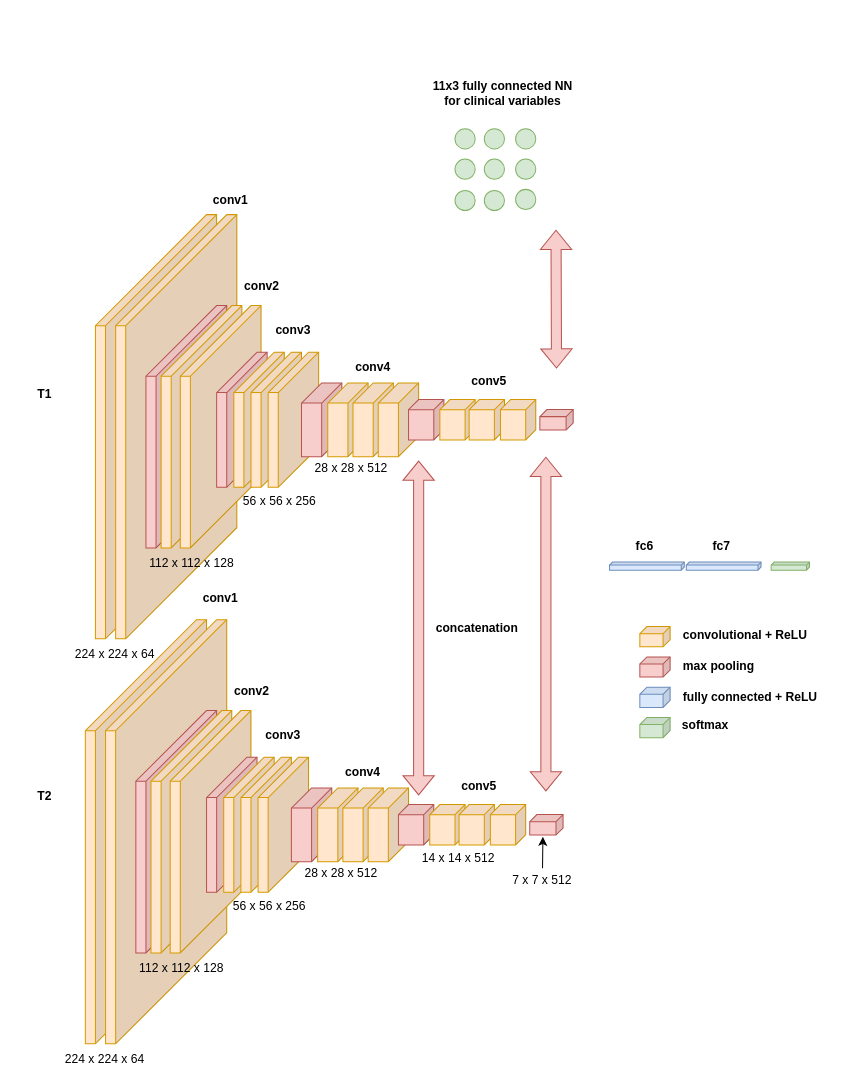
This is vgg16_xml.drawio from AnthonyBozzo/Neural-Network-Architecture-Diagrams, a draw.io file, before an edit. Source tidied: cells renumbered, new cells numbered last; positions are measured from the earlier drawing's top-left corner, leaving out a move shared by most shapes. Both pictures are drawn from the tidied source at 101%, with x=0, y=0 at pixel (24, 78).
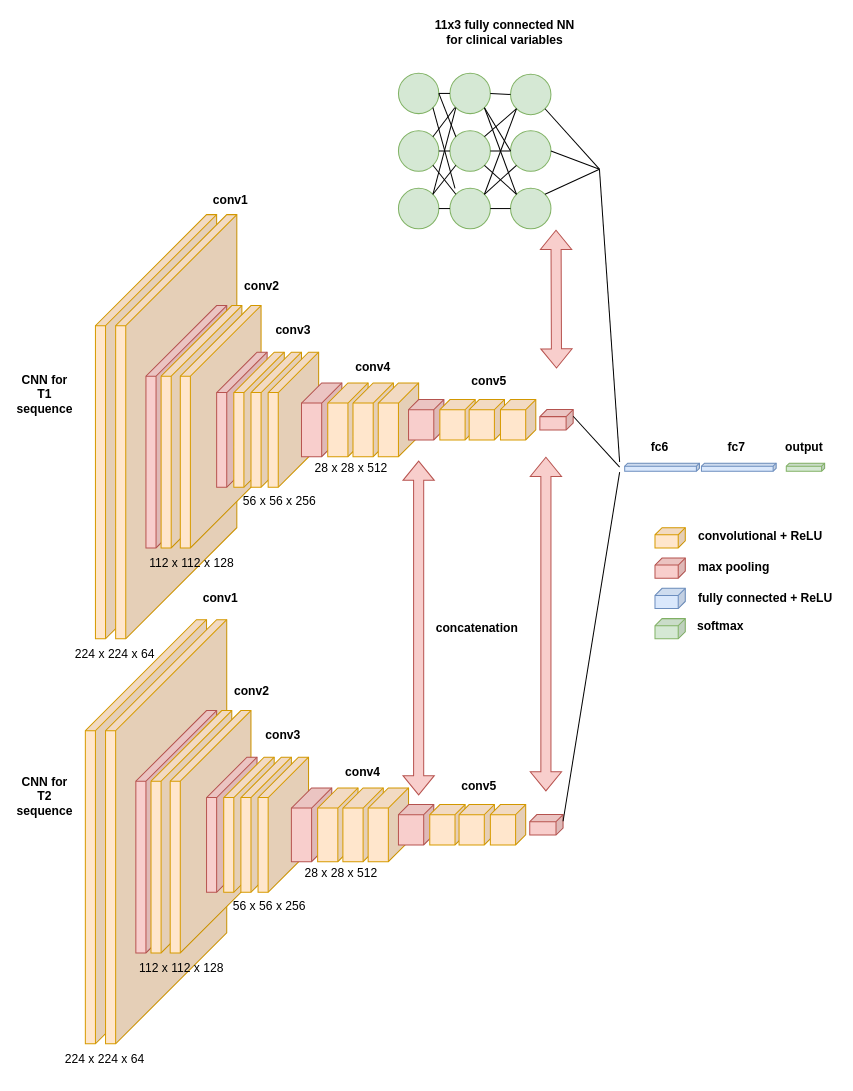
After the change.

Commit message:
multi input cnn 20230124.drawio

The change refers to these unchanged cells:
```xml
<mxCell id="17" style="shape=cube;whiteSpace=wrap;html=1;boundedLbl=1;backgroundOutline=1;darkOpacity=0.05;darkOpacity2=0.1;size=7;direction=east;flipH=1;fillColor=#f8cecc;strokeColor=#b85450;" parent="1" vertex="1">
  <mxGeometry x="500" y="729" width="33" height="20.3" as="geometry" />
</mxCell>
<mxCell id="60" style="shape=cube;whiteSpace=wrap;html=1;boundedLbl=1;backgroundOutline=1;darkOpacity=0.05;darkOpacity2=0.1;size=7;direction=east;flipH=1;fillColor=#f8cecc;strokeColor=#b85450;" parent="1" vertex="1">
  <mxGeometry x="510" y="328" width="33" height="20.3" as="geometry" />
</mxCell>
```

The edit, as a diff of the source:
```diff
@@
     <mxCell id="18" style="shape=cube;whiteSpace=wrap;html=1;boundedLbl=1;backgroundOutline=1;darkOpacity=0.05;darkOpacity2=0.1;size=3;direction=east;flipH=1;fillColor=#dae8fc;strokeColor=#6c8ebf;" parent="1" vertex="1">
-      <mxGeometry x="579" y="479" width="74" height="8" as="geometry" />
+      <mxGeometry x="594" y="381.1" width="74" height="8" as="geometry" />
     </mxCell>
     <mxCell id="19" style="shape=cube;whiteSpace=wrap;html=1;boundedLbl=1;backgroundOutline=1;darkOpacity=0.05;darkOpacity2=0.1;size=3;direction=east;flipH=1;fillColor=#dae8fc;strokeColor=#6c8ebf;" parent="1" vertex="1">
-      <mxGeometry x="655" y="479" width="74" height="8" as="geometry" />
+      <mxGeometry x="670" y="381.1" width="74" height="8" as="geometry" />
     </mxCell>
     <mxCell id="20" style="shape=cube;whiteSpace=wrap;html=1;boundedLbl=1;backgroundOutline=1;darkOpacity=0.05;darkOpacity2=0.1;size=7;direction=east;flipH=1;fillColor=#ffe6cc;strokeColor=#d79b00;" parent="1" vertex="1">
-      <mxGeometry x="609" y="542.9" width="30" height="20" as="geometry" />
+      <mxGeometry x="624" y="445" width="30" height="20" as="geometry" />
     </mxCell>
     <mxCell id="21" style="shape=cube;whiteSpace=wrap;html=1;boundedLbl=1;backgroundOutline=1;darkOpacity=0.05;darkOpacity2=0.1;size=7;direction=east;flipH=1;fillColor=#f8cecc;strokeColor=#b85450;" parent="1" vertex="1">
-      <mxGeometry x="609" y="572.9" width="30" height="20" as="geometry" />
+      <mxGeometry x="624" y="475" width="30" height="20" as="geometry" />
     </mxCell>
     <mxCell id="22" style="shape=cube;whiteSpace=wrap;html=1;boundedLbl=1;backgroundOutline=1;darkOpacity=0.05;darkOpacity2=0.1;size=7;direction=east;flipH=1;fillColor=#dae8fc;strokeColor=#6c8ebf;" parent="1" vertex="1">
-      <mxGeometry x="609" y="602.9" width="30" height="20" as="geometry" />
+      <mxGeometry x="624" y="505" width="30" height="20" as="geometry" />
     </mxCell>
     <mxCell id="23" style="shape=cube;whiteSpace=wrap;html=1;boundedLbl=1;backgroundOutline=1;darkOpacity=0.05;darkOpacity2=0.1;size=3;direction=east;flipH=1;fillColor=#d5e8d4;strokeColor=#82b366;" parent="1" vertex="1">
-      <mxGeometry x="739" y="479" width="38" height="8" as="geometry" />
+      <mxGeometry x="754" y="381.1" width="38" height="8" as="geometry" />
     </mxCell>
     <mxCell id="24" style="shape=cube;whiteSpace=wrap;html=1;boundedLbl=1;backgroundOutline=1;darkOpacity=0.05;darkOpacity2=0.1;size=7;direction=east;flipH=1;fillColor=#d5e8d4;strokeColor=#82b366;" parent="1" vertex="1">
-      <mxGeometry x="609" y="632.9" width="30" height="20" as="geometry" />
+      <mxGeometry x="624" y="535" width="30" height="20" as="geometry" />
     </mxCell>
@@
     <mxCell id="30" value="&lt;b&gt;fc6&lt;/b&gt;" style="text;html=1;strokeColor=none;fillColor=none;align=center;verticalAlign=middle;whiteSpace=wrap;rounded=0;" parent="1" vertex="1">
-      <mxGeometry x="594" y="449" width="40" height="30" as="geometry" />
+      <mxGeometry x="609" y="351.1" width="40" height="30" as="geometry" />
     </mxCell>
     <mxCell id="31" value="&lt;b&gt;fc7&lt;/b&gt;" style="text;html=1;strokeColor=none;fillColor=none;align=center;verticalAlign=middle;whiteSpace=wrap;rounded=0;" parent="1" vertex="1">
-      <mxGeometry x="670" y="449" width="40" height="30" as="geometry" />
+      <mxGeometry x="685" y="351.1" width="40" height="30" as="geometry" />
     </mxCell>
@@
-    <mxCell id="36" value="14 x 14 x 512" style="text;html=1;strokeColor=none;fillColor=none;align=center;verticalAlign=middle;whiteSpace=wrap;rounded=0;" parent="1" vertex="1">
-      <mxGeometry x="380" y="757.1" width="99" height="30" as="geometry" />
-    </mxCell>
@@
-    <mxCell id="39" value="7 x 7 x 512" style="text;html=1;strokeColor=none;fillColor=none;align=center;verticalAlign=middle;whiteSpace=wrap;rounded=0;" parent="1" vertex="1">
-      <mxGeometry x="463" y="782.1" width="99" height="23.9" as="geometry" />
-    </mxCell>
-    <mxCell id="40" style="endArrow=classic;html=1;entryX=0.605;entryY=1.084;entryDx=0;entryDy=0;entryPerimeter=0;" parent="1" edge="1" source="39" target="17">
-      <mxGeometry relative="1" as="geometry" />
-    </mxCell>
     <mxCell id="41" value="convolutional + ReLU" style="text;html=1;strokeColor=none;fillColor=none;align=left;verticalAlign=middle;whiteSpace=wrap;rounded=0;fontStyle=1;" parent="1" vertex="1">
-      <mxGeometry x="650" y="540" width="138" height="23.9" as="geometry" />
+      <mxGeometry x="665" y="442.1" width="138" height="23.9" as="geometry" />
     </mxCell>
     <mxCell id="42" value="max pooling" style="text;html=1;strokeColor=none;fillColor=none;align=left;verticalAlign=middle;whiteSpace=wrap;rounded=0;fontStyle=1;" parent="1" vertex="1">
-      <mxGeometry x="650" y="570" width="138" height="23.9" as="geometry" />
+      <mxGeometry x="665" y="472.1" width="138" height="23.9" as="geometry" />
     </mxCell>
     <mxCell id="43" value="fully connected + ReLU" style="text;html=1;strokeColor=none;fillColor=none;align=left;verticalAlign=middle;whiteSpace=wrap;rounded=0;fontStyle=1;" parent="1" vertex="1">
-      <mxGeometry x="650" y="601.1" width="138" height="23.9" as="geometry" />
+      <mxGeometry x="665" y="503.1" width="138" height="23.9" as="geometry" />
     </mxCell>
     <mxCell id="44" value="softmax" style="text;html=1;strokeColor=none;fillColor=none;align=left;verticalAlign=middle;whiteSpace=wrap;rounded=0;fontStyle=1;" parent="1" vertex="1">
-      <mxGeometry x="649" y="629.1" width="138" height="23.9" as="geometry" />
+      <mxGeometry x="664" y="531.1" width="138" height="23.9" as="geometry" />
     </mxCell>
@@
-    <mxCell id="72" style="ellipse;whiteSpace=wrap;html=1;fillColor=#d5e8d4;strokeColor=#82b366;" parent="1" vertex="1">
-      <mxGeometry x="426" y="50" width="20" height="20" as="geometry" />
-    </mxCell>
-    <mxCell id="73" style="ellipse;whiteSpace=wrap;html=1;fillColor=#d5e8d4;strokeColor=#82b366;" parent="1" vertex="1">
-      <mxGeometry x="426" y="80" width="20" height="20" as="geometry" />
-    </mxCell>
-    <mxCell id="74" style="ellipse;whiteSpace=wrap;html=1;fillColor=#d5e8d4;strokeColor=#82b366;" parent="1" vertex="1">
-      <mxGeometry x="426" y="111" width="20" height="20" as="geometry" />
-    </mxCell>
-    <mxCell id="75" style="ellipse;whiteSpace=wrap;html=1;fillColor=#d5e8d4;strokeColor=#82b366;" parent="1" vertex="1">
-      <mxGeometry x="455" y="50" width="20" height="20" as="geometry" />
-    </mxCell>
-    <mxCell id="76" style="ellipse;whiteSpace=wrap;html=1;fillColor=#d5e8d4;strokeColor=#82b366;" parent="1" vertex="1">
-      <mxGeometry x="455" y="80" width="20" height="20" as="geometry" />
-    </mxCell>
-    <mxCell id="77" style="ellipse;whiteSpace=wrap;html=1;fillColor=#d5e8d4;strokeColor=#82b366;" parent="1" vertex="1">
-      <mxGeometry x="455" y="111" width="20" height="20" as="geometry" />
-    </mxCell>
-    <mxCell id="78" style="ellipse;whiteSpace=wrap;html=1;fillColor=#d5e8d4;strokeColor=#82b366;" parent="1" vertex="1">
-      <mxGeometry x="486" y="110" width="20" height="20" as="geometry" />
-    </mxCell>
-    <mxCell id="79" style="ellipse;whiteSpace=wrap;html=1;fillColor=#d5e8d4;strokeColor=#82b366;" parent="1" vertex="1">
-      <mxGeometry x="486" y="80" width="20" height="20" as="geometry" />
-    </mxCell>
-    <mxCell id="80" style="ellipse;whiteSpace=wrap;html=1;fillColor=#d5e8d4;strokeColor=#82b366;" parent="1" vertex="1">
-      <mxGeometry x="486" y="50" width="20" height="20" as="geometry" />
-    </mxCell>
     <mxCell id="81" value="&lt;b&gt;11x3 fully connected NN for clinical variables&lt;/b&gt;" style="text;html=1;strokeColor=none;fillColor=none;align=center;verticalAlign=middle;whiteSpace=wrap;rounded=0;" parent="1" vertex="1">
-      <mxGeometry x="399" width="149" height="30" as="geometry" />
+      <mxGeometry x="401" y="-60" width="149" height="30" as="geometry" />
     </mxCell>
@@
-    <mxCell id="86" value="&lt;b&gt;T1&lt;/b&gt;" style="text;html=1;strokeColor=none;fillColor=none;align=center;verticalAlign=middle;whiteSpace=wrap;rounded=0;" parent="1" vertex="1">
+    <mxCell id="86" value="&lt;b&gt;CNN for T1&lt;br&gt;sequence&lt;br&gt;&lt;/b&gt;" style="text;html=1;strokeColor=none;fillColor=none;align=center;verticalAlign=middle;whiteSpace=wrap;rounded=0;" parent="1" vertex="1">
       <mxGeometry y="298" width="40" height="30" as="geometry" />
     </mxCell>
-    <mxCell id="87" value="&lt;b&gt;T2&lt;/b&gt;" style="text;html=1;strokeColor=none;fillColor=none;align=center;verticalAlign=middle;whiteSpace=wrap;rounded=0;" parent="1" vertex="1">
+    <mxCell id="87" value="&lt;b&gt;CNN for T2&lt;br&gt;sequence&lt;br&gt;&lt;/b&gt;" style="text;html=1;strokeColor=none;fillColor=none;align=center;verticalAlign=middle;whiteSpace=wrap;rounded=0;" parent="1" vertex="1">
       <mxGeometry y="696.1" width="40" height="30" as="geometry" />
     </mxCell>
+    <mxCell id="88" style="ellipse;whiteSpace=wrap;html=1;strokeColor=#82b366;fillColor=#d5e8d4;" parent="1" vertex="1">
+      <mxGeometry x="421" y="-5" width="40" height="40" as="geometry" />
+    </mxCell>
+    <mxCell id="89" style="ellipse;whiteSpace=wrap;html=1;strokeColor=#82b366;fillColor=#d5e8d4;" parent="1" vertex="1">
+      <mxGeometry x="421" y="52" width="40" height="40" as="geometry" />
+    </mxCell>
+    <mxCell id="90" style="ellipse;whiteSpace=wrap;html=1;strokeColor=#82b366;fillColor=#d5e8d4;" parent="1" vertex="1">
+      <mxGeometry x="421" y="109" width="40" height="40" as="geometry" />
+    </mxCell>
+    <mxCell id="91" style="ellipse;whiteSpace=wrap;html=1;strokeColor=#82b366;fillColor=#d5e8d4;" parent="1" vertex="1">
+      <mxGeometry x="481" y="-4" width="40" height="40" as="geometry" />
+    </mxCell>
+    <mxCell id="92" style="ellipse;whiteSpace=wrap;html=1;strokeColor=#82b366;fillColor=#d5e8d4;" parent="1" vertex="1">
+      <mxGeometry x="481" y="52" width="40" height="40" as="geometry" />
+    </mxCell>
+    <mxCell id="93" style="ellipse;whiteSpace=wrap;html=1;strokeColor=#82b366;fillColor=#d5e8d4;" parent="1" vertex="1">
+      <mxGeometry x="481" y="109" width="40" height="40" as="geometry" />
+    </mxCell>
+    <mxCell id="94" style="endArrow=none;html=1;rounded=0;entryX=0;entryY=0.5;entryDx=0;entryDy=0;exitX=1;exitY=1;exitDx=0;exitDy=0;" parent="1" edge="1" source="88" target="92">
+      <mxGeometry relative="1" as="geometry" />
+    </mxCell>
+    <mxCell id="95" style="endArrow=none;html=1;rounded=0;entryX=0;entryY=0;entryDx=0;entryDy=0;exitX=1;exitY=1;exitDx=0;exitDy=0;" parent="1" edge="1" source="88" target="93">
+      <mxGeometry relative="1" as="geometry" />
+    </mxCell>
+    <mxCell id="96" style="endArrow=none;html=1;rounded=0;entryX=0;entryY=0.5;entryDx=0;entryDy=0;exitX=1;exitY=0.5;exitDx=0;exitDy=0;" parent="1" edge="1" source="88" target="91">
+      <mxGeometry relative="1" as="geometry" />
+    </mxCell>
+    <mxCell id="97" style="endArrow=none;html=1;rounded=0;entryX=0;entryY=0.5;entryDx=0;entryDy=0;exitX=1;exitY=0.5;exitDx=0;exitDy=0;" parent="1" edge="1" source="89" target="92">
+      <mxGeometry relative="1" as="geometry" />
+    </mxCell>
+    <mxCell id="98" style="endArrow=none;html=1;rounded=0;entryX=0;entryY=0;entryDx=0;entryDy=0;exitX=1;exitY=1;exitDx=0;exitDy=0;" parent="1" edge="1" source="89" target="93">
+      <mxGeometry relative="1" as="geometry" />
+    </mxCell>
+    <mxCell id="99" style="endArrow=none;html=1;rounded=0;exitX=1;exitY=0.5;exitDx=0;exitDy=0;entryX=0;entryY=0.5;entryDx=0;entryDy=0;" parent="1" edge="1" source="90" target="93">
+      <mxGeometry relative="1" as="geometry" />
+    </mxCell>
+    <mxCell id="100" style="endArrow=none;html=1;rounded=0;exitX=1;exitY=0;exitDx=0;exitDy=0;entryX=0;entryY=1;entryDx=0;entryDy=0;" parent="1" edge="1" source="90" target="92">
+      <mxGeometry relative="1" as="geometry" />
+    </mxCell>
+    <mxCell id="101" style="endArrow=none;html=1;rounded=0;exitX=1;exitY=0;exitDx=0;exitDy=0;entryX=0;entryY=1;entryDx=0;entryDy=0;" parent="1" edge="1" source="90" target="91">
+      <mxGeometry relative="1" as="geometry" />
+    </mxCell>
+    <mxCell id="102" style="endArrow=none;html=1;rounded=0;exitX=1;exitY=0;exitDx=0;exitDy=0;entryX=0;entryY=1;entryDx=0;entryDy=0;" parent="1" edge="1" source="89" target="91">
+      <mxGeometry relative="1" as="geometry" />
+    </mxCell>
+    <mxCell id="103" style="endArrow=none;html=1;rounded=0;entryX=1;entryY=0.5;entryDx=0;entryDy=0;" parent="1" edge="1" target="92">
+      <mxGeometry relative="1" as="geometry">
+        <mxPoint x="569" y="90" as="sourcePoint" />
+      </mxGeometry>
+    </mxCell>
+    <mxCell id="104" style="endArrow=none;html=1;rounded=0;entryX=1;entryY=1;entryDx=0;entryDy=0;" parent="1" edge="1" target="91">
+      <mxGeometry relative="1" as="geometry">
+        <mxPoint x="569" y="90" as="sourcePoint" />
+      </mxGeometry>
+    </mxCell>
+    <mxCell id="105" value="&lt;b&gt;output&lt;/b&gt;" style="text;html=1;strokeColor=none;fillColor=none;align=center;verticalAlign=middle;whiteSpace=wrap;rounded=0;" parent="1" vertex="1">
+      <mxGeometry x="752" y="351.1" width="40" height="30" as="geometry" />
+    </mxCell>
+    <mxCell id="106" style="ellipse;whiteSpace=wrap;html=1;strokeColor=#82b366;fillColor=#d5e8d4;" parent="1" vertex="1">
+      <mxGeometry x="370" y="-5" width="40" height="40" as="geometry" />
+    </mxCell>
+    <mxCell id="107" style="ellipse;whiteSpace=wrap;html=1;strokeColor=#82b366;fillColor=#d5e8d4;" parent="1" vertex="1">
+      <mxGeometry x="370" y="52" width="40" height="40" as="geometry" />
+    </mxCell>
+    <mxCell id="108" style="ellipse;whiteSpace=wrap;html=1;strokeColor=#82b366;fillColor=#d5e8d4;" parent="1" vertex="1">
+      <mxGeometry x="370" y="109" width="40" height="40" as="geometry" />
+    </mxCell>
+    <mxCell id="109" style="endArrow=none;html=1;rounded=0;entryX=0;entryY=0.5;entryDx=0;entryDy=0;exitX=1;exitY=0.5;exitDx=0;exitDy=0;" parent="1" edge="1" source="106" target="88">
+      <mxGeometry relative="1" as="geometry" />
+    </mxCell>
+    <mxCell id="110" style="endArrow=none;html=1;rounded=0;entryX=0;entryY=0.5;entryDx=0;entryDy=0;exitX=1;exitY=0.5;exitDx=0;exitDy=0;" parent="1" edge="1" source="107" target="89">
+      <mxGeometry relative="1" as="geometry" />
+    </mxCell>
+    <mxCell id="111" style="endArrow=none;html=1;rounded=0;entryX=0;entryY=0;entryDx=0;entryDy=0;exitX=1;exitY=0.5;exitDx=0;exitDy=0;" parent="1" edge="1" source="106" target="89">
+      <mxGeometry relative="1" as="geometry" />
+    </mxCell>
+    <mxCell id="112" style="endArrow=none;html=1;rounded=0;exitX=1;exitY=0;exitDx=0;exitDy=0;" parent="1" edge="1" source="107">
+      <mxGeometry relative="1" as="geometry">
+        <mxPoint x="426" y="29" as="targetPoint" />
+      </mxGeometry>
+    </mxCell>
+    <mxCell id="113" style="endArrow=none;html=1;rounded=0;entryX=0;entryY=0.5;entryDx=0;entryDy=0;exitX=1;exitY=0.5;exitDx=0;exitDy=0;" parent="1" edge="1" source="108" target="90">
+      <mxGeometry relative="1" as="geometry" />
+    </mxCell>
+    <mxCell id="114" style="endArrow=none;html=1;rounded=0;exitX=1;exitY=1;exitDx=0;exitDy=0;entryX=0;entryY=0;entryDx=0;entryDy=0;" parent="1" edge="1" source="107" target="90">
+      <mxGeometry relative="1" as="geometry" />
+    </mxCell>
+    <mxCell id="115" style="endArrow=none;html=1;rounded=0;entryX=0;entryY=1;entryDx=0;entryDy=0;exitX=1;exitY=0;exitDx=0;exitDy=0;" parent="1" edge="1" source="108" target="89">
+      <mxGeometry relative="1" as="geometry" />
+    </mxCell>
+    <mxCell id="116" style="endArrow=none;html=1;rounded=0;exitX=1;exitY=1;exitDx=0;exitDy=0;" parent="1" edge="1" source="106">
+      <mxGeometry relative="1" as="geometry">
+        <mxPoint x="426" y="109" as="targetPoint" />
+      </mxGeometry>
+    </mxCell>
+    <mxCell id="117" style="endArrow=none;html=1;rounded=0;entryX=0;entryY=1;entryDx=0;entryDy=0;exitX=1;exitY=0;exitDx=0;exitDy=0;" parent="1" edge="1" source="108" target="88">
+      <mxGeometry relative="1" as="geometry" />
+    </mxCell>
+    <mxCell id="118" style="endArrow=none;html=1;rounded=0;exitX=1;exitY=0;exitDx=0;exitDy=0;" parent="1" edge="1" source="93">
+      <mxGeometry relative="1" as="geometry">
+        <mxPoint x="569" y="90" as="targetPoint" />
+      </mxGeometry>
+    </mxCell>
+    <mxCell id="119" style="endArrow=none;html=1;rounded=0;" parent="1" edge="1">
+      <mxGeometry relative="1" as="geometry">
+        <mxPoint x="569" y="90" as="sourcePoint" />
+        <mxPoint x="589" y="380" as="targetPoint" />
+      </mxGeometry>
+    </mxCell>
+    <mxCell id="120" style="endArrow=none;html=1;rounded=0;exitX=0;exitY=0;exitDx=0;exitDy=6.66;exitPerimeter=0;" parent="1" edge="1" source="60">
+      <mxGeometry relative="1" as="geometry">
+        <mxPoint x="589" y="385" as="targetPoint" />
+      </mxGeometry>
+    </mxCell>
+    <mxCell id="121" style="endArrow=none;html=1;rounded=0;exitX=0;exitY=0;exitDx=0;exitDy=6.66;exitPerimeter=0;" parent="1" edge="1" source="17">
+      <mxGeometry relative="1" as="geometry">
+        <mxPoint x="589" y="390" as="targetPoint" />
+      </mxGeometry>
+    </mxCell>
```
